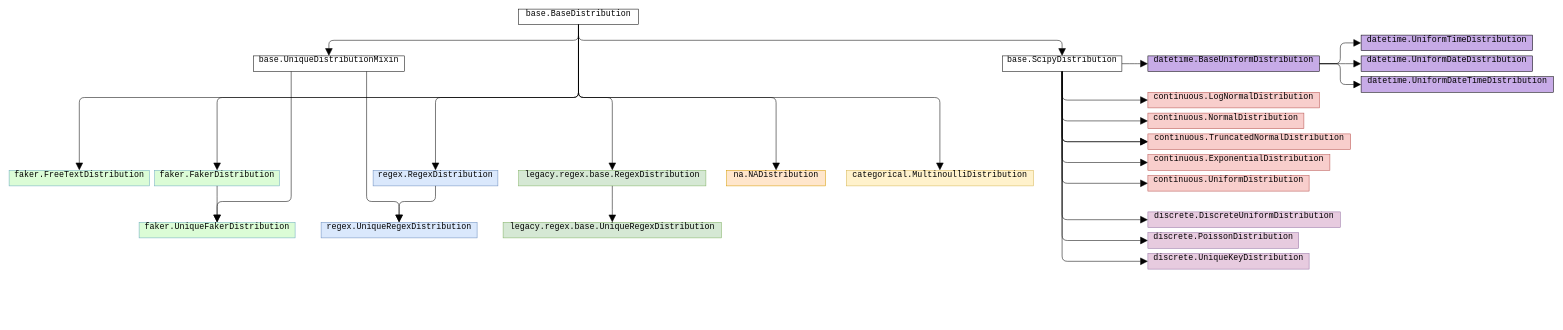
The draw.io diagram docs/source/images/distributions.drawio in sodascience/metasyn, before the edit. Source tidied: cells renumbered, new cells numbered last; positions are measured from the earlier drawing's top-left corner, leaving out a move shared by most shapes. Both pictures are drawn from the tidied source at 52%, with x=0, y=0 at pixel (9, 9).
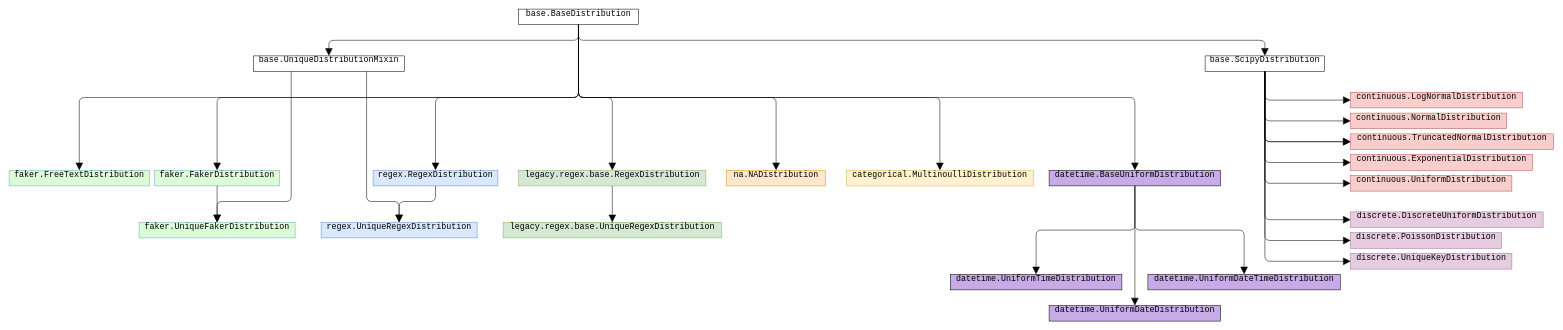
Above is the later version.

Unchanged cells that the change refers to:
```xml
<mxCell id="2" value="base.BaseDistribution" style="verticalAlign=middle;align=center;overflow=fill;html=1;rounded=0;shadow=0;comic=0;strokeWidth=1;fontFamily=Courier New;horizontal=1;fontSize=16;" parent="1" vertex="1">
  <mxGeometry x="980" width="230" height="30" as="geometry" />
</mxCell>
```

What changed in the source:
```diff
@@
     <mxCell id="3" value="base.ScipyDistribution" style="verticalAlign=middle;align=center;overflow=fill;html=1;rounded=0;shadow=0;comic=0;strokeWidth=1;fontFamily=Courier New;horizontal=1;fontSize=16;" parent="1" vertex="1">
-      <mxGeometry x="1910" y="90" width="230" height="30" as="geometry" />
+      <mxGeometry x="2300" y="90" width="230" height="30" as="geometry" />
     </mxCell>
@@
     <mxCell id="6" value="continuous.ExponentialDistribution" style="verticalAlign=middle;align=center;overflow=fill;html=1;rounded=0;shadow=0;comic=0;strokeWidth=1;fontFamily=Courier New;horizontal=1;fontSize=16;fillColor=#f8cecc;strokeColor=#b85450;" parent="1" vertex="1">
-      <mxGeometry x="2190" y="280" width="350" height="30" as="geometry" />
+      <mxGeometry x="2580" y="280" width="350" height="30" as="geometry" />
     </mxCell>
     <mxCell id="7" value="continuous.LogNormalDistribution" style="verticalAlign=middle;align=center;overflow=fill;html=1;rounded=0;shadow=0;comic=0;strokeWidth=1;fontFamily=Courier New;horizontal=1;fontSize=16;fillColor=#f8cecc;strokeColor=#b85450;" parent="1" vertex="1">
-      <mxGeometry x="2190" y="160" width="330" height="30" as="geometry" />
+      <mxGeometry x="2580" y="160" width="330" height="30" as="geometry" />
     </mxCell>
     <mxCell id="8" value="continuous.NormalDistribution" style="verticalAlign=middle;align=center;overflow=fill;html=1;rounded=0;shadow=0;comic=0;strokeWidth=1;fontFamily=Courier New;horizontal=1;fontSize=16;fillColor=#f8cecc;strokeColor=#b85450;" parent="1" vertex="1">
-      <mxGeometry x="2190" y="200" width="300" height="30" as="geometry" />
+      <mxGeometry x="2580" y="200" width="300" height="30" as="geometry" />
     </mxCell>
     <mxCell id="9" value="continuous.UniformDistribution" style="verticalAlign=middle;align=center;overflow=fill;html=1;rounded=0;shadow=0;comic=0;strokeWidth=1;fontFamily=Courier New;horizontal=1;fontSize=16;fillColor=#f8cecc;strokeColor=#b85450;" parent="1" vertex="1">
-      <mxGeometry x="2190" y="320" width="310" height="30" as="geometry" />
+      <mxGeometry x="2580" y="320" width="310" height="30" as="geometry" />
     </mxCell>
     <mxCell id="10" value="datetime.BaseUniformDistribution" style="verticalAlign=middle;align=center;overflow=fill;html=1;rounded=0;shadow=0;comic=0;strokeWidth=1;fontFamily=Courier New;horizontal=1;fontSize=16;fillColor=#C7ABE7;strokeColor=default;" parent="1" vertex="1">
-      <mxGeometry x="2190" y="90" width="330" height="30" as="geometry" />
+      <mxGeometry x="2000" y="310" width="330" height="30" as="geometry" />
     </mxCell>
     <mxCell id="11" value="datetime.UniformDateDistribution" style="verticalAlign=middle;align=center;overflow=fill;html=1;rounded=0;shadow=0;comic=0;strokeWidth=1;fontFamily=Courier New;horizontal=1;fontSize=16;fillColor=#C7ABE7;strokeColor=default;" parent="1" vertex="1">
-      <mxGeometry x="2600" y="90" width="330" height="30" as="geometry" />
+      <mxGeometry x="2000" y="570" width="330" height="30" as="geometry" />
     </mxCell>
     <mxCell id="12" value="datetime.UniformDateTimeDistribution" style="verticalAlign=middle;align=center;overflow=fill;html=1;rounded=0;shadow=0;comic=0;strokeWidth=1;fontFamily=Courier New;horizontal=1;fontSize=16;fillColor=#C7ABE7;strokeColor=default;" parent="1" vertex="1">
-      <mxGeometry x="2600" y="130" width="370" height="30" as="geometry" />
+      <mxGeometry x="2190" y="510" width="370" height="30" as="geometry" />
     </mxCell>
     <mxCell id="13" value="datetime.UniformTimeDistribution" style="verticalAlign=middle;align=center;overflow=fill;html=1;rounded=0;shadow=0;comic=0;strokeWidth=1;fontFamily=Courier New;horizontal=1;fontSize=16;fillColor=#C7ABE7;strokeColor=default;" parent="1" vertex="1">
-      <mxGeometry x="2600" y="50" width="330" height="30" as="geometry" />
+      <mxGeometry x="1810" y="510" width="330" height="30" as="geometry" />
     </mxCell>
     <mxCell id="14" value="discrete.DiscreteUniformDistribution" style="verticalAlign=middle;align=center;overflow=fill;html=1;rounded=0;shadow=0;comic=0;strokeWidth=1;fontFamily=Courier New;horizontal=1;fontSize=16;fillColor=#E7CBDF;strokeColor=#9673a6;" parent="1" vertex="1">
-      <mxGeometry x="2190" y="390" width="370" height="30" as="geometry" />
+      <mxGeometry x="2580" y="390" width="370" height="30" as="geometry" />
     </mxCell>
     <mxCell id="15" value="discrete.PoissonDistribution" style="verticalAlign=middle;align=center;overflow=fill;html=1;rounded=0;shadow=0;comic=0;strokeWidth=1;fontFamily=Courier New;horizontal=1;fontSize=16;fillColor=#E7CBDF;strokeColor=#9673a6;" parent="1" vertex="1">
-      <mxGeometry x="2190" y="430" width="290" height="30" as="geometry" />
+      <mxGeometry x="2580" y="430" width="290" height="30" as="geometry" />
     </mxCell>
     <mxCell id="16" value="discrete.UniqueKeyDistribution" style="verticalAlign=middle;align=center;overflow=fill;html=1;rounded=0;shadow=0;comic=0;strokeWidth=1;fontFamily=Courier New;horizontal=1;fontSize=16;fillColor=#E7CBDF;strokeColor=#9673a6;" parent="1" vertex="1">
-      <mxGeometry x="2190" y="470" width="310" height="30" as="geometry" />
+      <mxGeometry x="2580" y="470" width="310" height="30" as="geometry" />
     </mxCell>
@@
     <mxCell id="28" style="html=1;rounded=1;dashed=0;startArrow=block;startSize=12;endArrow=none;exitX=0;exitY=0.5;exitDx=0;exitDy=0;entryX=0.5;entryY=1;entryDx=0;entryDy=0;edgeStyle=elbowEdgeStyle;fontFamily=Courier New;verticalAlign=middle;horizontal=1;fontSize=16;align=center;shadow=0;strokeColor=#030303;" parent="1" edge="1" source="6" target="3">
       <mxGeometry relative="1" as="geometry">
         <Array as="points">
-          <mxPoint x="2025" y="230" />
+          <mxPoint x="2415" y="230" />
         </Array>
       </mxGeometry>
     </mxCell>
     <mxCell id="29" style="html=1;rounded=1;dashed=0;startArrow=block;startSize=12;endArrow=none;exitX=0;exitY=0.5;exitDx=0;exitDy=0;entryX=0.5;entryY=1;entryDx=0;entryDy=0;edgeStyle=elbowEdgeStyle;fontFamily=Courier New;verticalAlign=middle;horizontal=1;fontSize=16;align=center;shadow=0;strokeColor=#030303;" parent="1" edge="1" source="7" target="3">
       <mxGeometry relative="1" as="geometry">
         <Array as="points">
-          <mxPoint x="2025" y="190" />
+          <mxPoint x="2415" y="190" />
         </Array>
       </mxGeometry>
     </mxCell>
     <mxCell id="30" style="html=1;rounded=1;dashed=0;startArrow=block;startSize=12;endArrow=none;exitX=0;exitY=0.5;exitDx=0;exitDy=0;entryX=0.5;entryY=1;entryDx=0;entryDy=0;edgeStyle=elbowEdgeStyle;fontFamily=Courier New;verticalAlign=middle;horizontal=1;fontSize=16;align=center;shadow=0;strokeColor=#030303;" parent="1" edge="1" source="8" target="3">
       <mxGeometry relative="1" as="geometry">
         <Array as="points">
-          <mxPoint x="2025" y="230" />
+          <mxPoint x="2415" y="230" />
         </Array>
       </mxGeometry>
     </mxCell>
     <mxCell id="31" style="html=1;rounded=1;dashed=0;startArrow=block;startSize=12;endArrow=none;exitX=0;exitY=0.5;exitDx=0;exitDy=0;edgeStyle=elbowEdgeStyle;fontFamily=Courier New;verticalAlign=middle;horizontal=1;fontSize=16;align=center;shadow=0;entryX=0.5;entryY=1;entryDx=0;entryDy=0;strokeColor=#030303;" parent="1" edge="1" source="51" target="3">
       <mxGeometry relative="1" as="geometry">
         <Array as="points">
-          <mxPoint x="2025" y="230" />
+          <mxPoint x="2415" y="230" />
         </Array>
       </mxGeometry>
     </mxCell>
     <mxCell id="32" style="html=1;rounded=1;dashed=0;startArrow=block;startSize=12;endArrow=none;exitX=0;exitY=0.5;exitDx=0;exitDy=0;edgeStyle=elbowEdgeStyle;fontFamily=Courier New;verticalAlign=middle;horizontal=1;fontSize=16;align=center;shadow=0;entryX=0.5;entryY=1;entryDx=0;entryDy=0;strokeColor=#030303;" parent="1" edge="1" source="9" target="3">
       <mxGeometry relative="1" as="geometry">
         <Array as="points">
-          <mxPoint x="2025" y="250" />
+          <mxPoint x="2415" y="250" />
         </Array>
       </mxGeometry>
     </mxCell>
-    <mxCell id="33" style="html=1;rounded=1;dashed=0;startArrow=block;startSize=12;endArrow=none;exitX=0;exitY=0.5;exitDx=0;exitDy=0;entryX=1;entryY=0.5;entryDx=0;entryDy=0;edgeStyle=elbowEdgeStyle;fontFamily=Courier New;verticalAlign=middle;horizontal=1;fontSize=16;align=center;shadow=0;strokeColor=#030303;" parent="1" edge="1" source="10" target="3">
-      <mxGeometry relative="1" as="geometry" />
+    <mxCell id="33" style="html=1;rounded=1;dashed=0;startArrow=block;startSize=12;endArrow=none;exitX=0.5;exitY=0;exitDx=0;exitDy=0;entryX=0.5;entryY=1;entryDx=0;entryDy=0;edgeStyle=elbowEdgeStyle;fontFamily=Courier New;verticalAlign=middle;horizontal=1;fontSize=16;align=center;shadow=0;strokeColor=#030303;elbow=vertical;" parent="1" edge="1" source="10" target="2">
+      <mxGeometry relative="1" as="geometry">
+        <Array as="points">
+          <mxPoint x="1450" y="170" />
+        </Array>
+      </mxGeometry>
     </mxCell>
-    <mxCell id="34" style="html=1;rounded=1;dashed=0;startArrow=block;startSize=12;endArrow=none;exitX=0;exitY=0.5;exitDx=0;exitDy=0;entryX=1;entryY=0.5;entryDx=0;entryDy=0;edgeStyle=elbowEdgeStyle;fontFamily=Courier New;verticalAlign=middle;horizontal=1;fontSize=16;align=center;shadow=0;strokeColor=#030303;" parent="1" edge="1" source="11" target="10">
+    <mxCell id="34" style="html=1;rounded=1;dashed=0;startArrow=block;startSize=12;endArrow=none;edgeStyle=elbowEdgeStyle;fontFamily=Courier New;verticalAlign=middle;horizontal=1;fontSize=16;align=center;shadow=0;strokeColor=#030303;elbow=vertical;" parent="1" edge="1" source="11" target="10">
       <mxGeometry relative="1" as="geometry" />
     </mxCell>
-    <mxCell id="35" style="html=1;rounded=1;dashed=0;startArrow=block;startSize=12;endArrow=none;exitX=0;exitY=0.5;exitDx=0;exitDy=0;entryX=1;entryY=0.5;entryDx=0;entryDy=0;edgeStyle=elbowEdgeStyle;fontFamily=Courier New;verticalAlign=middle;horizontal=1;fontSize=16;align=center;shadow=0;strokeColor=#030303;" parent="1" edge="1" source="12" target="10">
+    <mxCell id="35" style="html=1;rounded=1;dashed=0;startArrow=block;startSize=12;endArrow=none;edgeStyle=elbowEdgeStyle;fontFamily=Courier New;verticalAlign=middle;horizontal=1;fontSize=16;align=center;shadow=0;strokeColor=#030303;entryX=0.5;entryY=1;entryDx=0;entryDy=0;exitX=0.5;exitY=0;exitDx=0;exitDy=0;elbow=vertical;" parent="1" edge="1" source="12" target="10">
       <mxGeometry relative="1" as="geometry" />
     </mxCell>
-    <mxCell id="36" style="html=1;rounded=1;dashed=0;startArrow=block;startSize=12;endArrow=none;exitX=0;exitY=0.5;exitDx=0;exitDy=0;entryX=1;entryY=0.5;entryDx=0;entryDy=0;edgeStyle=elbowEdgeStyle;fontFamily=Courier New;verticalAlign=middle;horizontal=1;fontSize=16;align=center;shadow=0;strokeColor=#030303;" parent="1" edge="1" source="13" target="10">
+    <mxCell id="36" style="html=1;rounded=1;dashed=0;startArrow=block;startSize=12;endArrow=none;edgeStyle=elbowEdgeStyle;fontFamily=Courier New;verticalAlign=middle;horizontal=1;fontSize=16;align=center;shadow=0;strokeColor=#030303;elbow=vertical;" parent="1" edge="1" source="13" target="10">
       <mxGeometry relative="1" as="geometry" />
     </mxCell>
     <mxCell id="37" style="html=1;rounded=1;dashed=0;startArrow=block;startSize=12;endArrow=none;entryX=0.5;entryY=1;entryDx=0;entryDy=0;edgeStyle=elbowEdgeStyle;exitX=0;exitY=0.5;exitDx=0;exitDy=0;fontFamily=Courier New;verticalAlign=middle;horizontal=1;fontSize=16;align=center;shadow=0;strokeColor=#030303;" parent="1" edge="1" source="51" target="3">
       <mxGeometry relative="1" as="geometry">
         <Array as="points">
-          <mxPoint x="2025" y="210" />
+          <mxPoint x="2415" y="210" />
         </Array>
       </mxGeometry>
     </mxCell>
     <mxCell id="38" style="html=1;rounded=1;dashed=0;startArrow=block;startSize=12;endArrow=none;exitX=0;exitY=0.5;exitDx=0;exitDy=0;entryX=0.5;entryY=1;entryDx=0;entryDy=0;edgeStyle=elbowEdgeStyle;fontFamily=Courier New;verticalAlign=middle;horizontal=1;fontSize=16;align=center;shadow=0;strokeColor=#030303;" parent="1" edge="1" source="15" target="3">
       <mxGeometry relative="1" as="geometry">
         <Array as="points">
-          <mxPoint x="2025" y="300" />
+          <mxPoint x="2415" y="300" />
         </Array>
       </mxGeometry>
     </mxCell>
     <mxCell id="39" style="html=1;rounded=1;dashed=0;startArrow=block;startSize=12;endArrow=none;entryX=0.5;entryY=1;entryDx=0;entryDy=0;edgeStyle=elbowEdgeStyle;fontFamily=Courier New;verticalAlign=middle;horizontal=1;fontSize=16;align=center;shadow=0;strokeColor=#030303;exitX=0;exitY=0.5;exitDx=0;exitDy=0;" parent="1" edge="1" source="16" target="3">
       <mxGeometry relative="1" as="geometry">
         <Array as="points">
-          <mxPoint x="2025" y="320" />
+          <mxPoint x="2415" y="320" />
         </Array>
       </mxGeometry>
     </mxCell>
@@
     <mxCell id="51" value="continuous.TruncatedNormalDistribution" style="verticalAlign=middle;align=center;overflow=fill;html=1;rounded=0;shadow=0;comic=0;strokeWidth=1;fontFamily=Courier New;horizontal=1;fontSize=16;fillColor=#f8cecc;strokeColor=#b85450;" parent="1" vertex="1">
-      <mxGeometry x="2190" y="240" width="390" height="30" as="geometry" />
+      <mxGeometry x="2580" y="240" width="390" height="30" as="geometry" />
     </mxCell>
```
